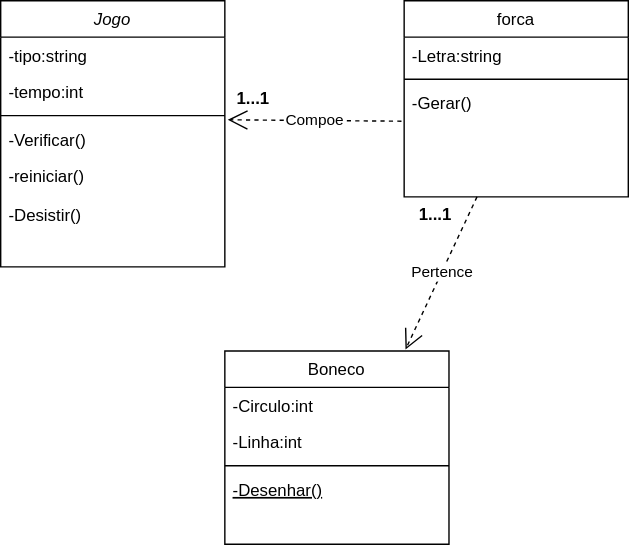
This is diagrama de classe jogo da forca.drawio.svg from Rob3rt2/Jogo_forca, a draw.io export, as it was before one commit. Source tidied: cells renumbered, new cells last; positions are measured from the earlier drawing's top-left corner, leaving out a move shared by most shapes.
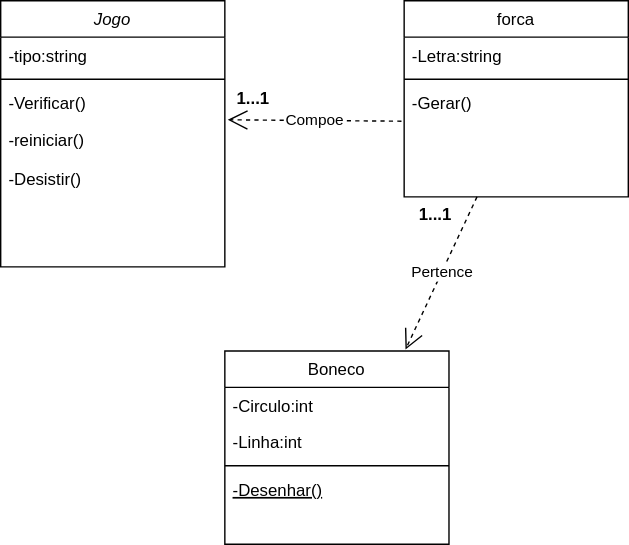
The same diagram one commit later.

Commit message:
tirando tempo

What changed in the source:
```diff
@@ -8,20 +8,17 @@
     <mxCell id="3" value="-tipo:string" style="text;align=left;verticalAlign=top;spacingLeft=4;spacingRight=4;overflow=hidden;" parent="2" vertex="1">
       <mxGeometry y="26" width="160" height="26" as="geometry" />
     </mxCell>
-    <mxCell id="4" value="-tempo:int" style="text;align=left;verticalAlign=top;spacingLeft=4;spacingRight=4;overflow=hidden;points=[[0,0.5],[1,0.5]];portConstraint=eastwest;rounded=0;shadow=0;html=0;" parent="2" vertex="1">
-      <mxGeometry y="52" width="160" height="26" as="geometry" />
-    </mxCell>
     <mxCell id="5" style="line;html=1;strokeWidth=1;align=left;verticalAlign=middle;spacingTop=-1;spacingLeft=3;spacingRight=3;labelPosition=right;" parent="2" vertex="1">
-      <mxGeometry y="78" width="160" height="8" as="geometry" />
+      <mxGeometry y="52" width="160" height="8" as="geometry" />
     </mxCell>
     <mxCell id="6" value="-Verificar()" style="text;align=left;verticalAlign=top;spacingLeft=4;spacingRight=4;overflow=hidden;" parent="2" vertex="1">
-      <mxGeometry y="86" width="160" height="26" as="geometry" />
+      <mxGeometry y="60" width="160" height="26" as="geometry" />
     </mxCell>
     <mxCell id="7" value="-reiniciar()" style="text;align=left;verticalAlign=top;spacingLeft=4;spacingRight=4;overflow=hidden;" parent="2" vertex="1">
-      <mxGeometry y="112" width="160" height="28" as="geometry" />
+      <mxGeometry y="86" width="160" height="28" as="geometry" />
     </mxCell>
     <mxCell id="8" value="-Desistir()" style="text;align=left;verticalAlign=top;spacingLeft=4;spacingRight=4;overflow=hidden;" parent="2" vertex="1">
-      <mxGeometry y="140" width="160" height="28" as="geometry" />
+      <mxGeometry y="114" width="160" height="28" as="geometry" />
     </mxCell>
     <mxCell id="9" value="Boneco" style="swimlane;fontStyle=0;align=center;verticalAlign=top;horizontal=1;startSize=26;rounded=0;shadow=0;strokeWidth=1;" parent="1" vertex="1">
       <mxGeometry x="160" y="250" width="160" height="138" as="geometry" />
@@ -50,8 +47,10 @@
     <mxCell id="17" value="-Gerar()" style="text;align=left;verticalAlign=top;spacingLeft=4;spacingRight=4;overflow=hidden;points=[[0,0.5],[1,0.5]];portConstraint=eastwest;" parent="14" vertex="1">
       <mxGeometry y="60" width="160" height="26" as="geometry" />
     </mxCell>
-    <mxCell id="18" value="Compoe" style="endArrow=open;endSize=12;dashed=1;html=1;rounded=0;entryX=1.013;entryY=1.269;entryDx=0;entryDy=0;entryPerimeter=0;exitX=-0.012;exitY=1;exitDx=0;exitDy=0;exitPerimeter=0;" parent="1" edge="1" source="17" target="4">
-      <mxGeometry relative="1" as="geometry" />
+    <mxCell id="18" value="Compoe" style="endArrow=open;endSize=12;dashed=1;html=1;rounded=0;entryX=1.013;entryY=1.269;entryDx=0;entryDy=0;entryPerimeter=0;exitX=-0.012;exitY=1;exitDx=0;exitDy=0;exitPerimeter=0;" parent="1" edge="1" source="17">
+      <mxGeometry relative="1" as="geometry">
+        <mxPoint x="162.1" y="85" as="targetPoint" />
+      </mxGeometry>
     </mxCell>
     <mxCell id="19" value="Pertence" style="endArrow=open;endSize=12;dashed=1;html=1;rounded=0;entryX=0.806;entryY=-0.007;entryDx=0;entryDy=0;entryPerimeter=0;" parent="1" edge="1" target="9">
       <mxGeometry relative="1" as="geometry">
```
